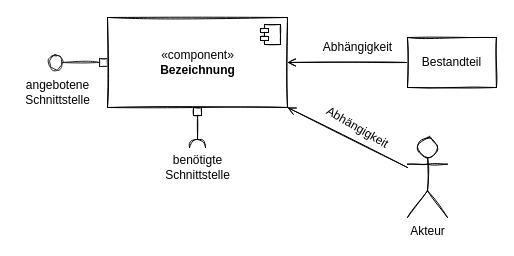
Earlier version of the draw.io diagram page "Darstellungselemente" (2 of 3) of images/rawimages/Komponentendiagramm.drawio (HerrLoesch/UMLite). Source tidied: cells renumbered, new cells numbered last; positions are measured from the earlier drawing's top-left corner, leaving out a move shared by most shapes. Both pictures are drawn from the tidied source at 100%, with x=0, y=0 at pixel (17, 17).
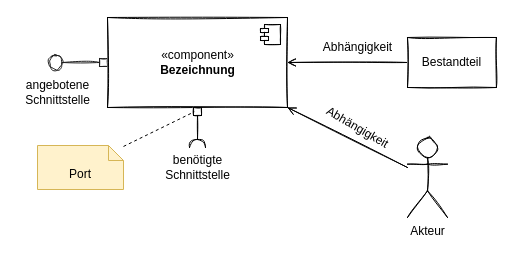
After the change.

What changed in the source:
```diff
@@
 <mxGraphModel>
   <root>
     <mxCell id="0" />
     <mxCell id="1" parent="0" />
     <mxCell id="2" style="edgeStyle=none;rounded=0;jettySize=auto;html=1;startArrow=box;startFill=0;endArrow=circle;endFill=0;strokeColor=#1F1F1F;sketch=1;" parent="1" edge="1" source="3">
       <mxGeometry relative="1" as="geometry">
         <mxPoint x="30" y="45" as="targetPoint" />
       </mxGeometry>
     </mxCell>
     <mxCell id="3" value="«component»&lt;br&gt;&lt;b&gt;Bezeichnung&lt;/b&gt;" style="html=1;sketch=1;" parent="1" vertex="1">
       <mxGeometry x="90" width="180" height="90" as="geometry" />
     </mxCell>
     <mxCell id="4" style="shape=module;jettyWidth=8;jettyHeight=4;sketch=1;" parent="3" vertex="1">
       <mxGeometry x="1" width="20" height="20" relative="1" as="geometry">
         <mxPoint x="-27" y="7" as="offset" />
       </mxGeometry>
     </mxCell>
     <mxCell id="5" style="edgeStyle=orthogonalEdgeStyle;rounded=0;jettySize=auto;html=1;endArrow=open;endFill=0;sketch=1;" parent="1" edge="1" source="6" target="3">
       <mxGeometry relative="1" as="geometry" />
     </mxCell>
     <mxCell id="6" value="Bestandteil" style="html=1;sketch=1;" parent="1" vertex="1">
       <mxGeometry x="390" y="20" width="88.9" height="50" as="geometry" />
     </mxCell>
     <mxCell id="7" value="Abhängigkeit" style="text;html=1;align=center;verticalAlign=middle;strokeColor=none;fillColor=none;sketch=1;" parent="1" vertex="1">
       <mxGeometry x="300" y="20" width="80" height="20" as="geometry" />
     </mxCell>
     <mxCell id="8" style="rounded=0;jettySize=auto;html=1;entryX=1;entryY=1;entryDx=0;entryDy=0;endArrow=open;endFill=0;sketch=1;" parent="1" edge="1" source="9" target="3">
       <mxGeometry relative="1" as="geometry" />
     </mxCell>
     <mxCell id="9" value="Akteur" style="shape=umlActor;verticalLabelPosition=bottom;verticalAlign=top;html=1;sketch=1;" parent="1" vertex="1">
       <mxGeometry x="390" y="120" width="40" height="80" as="geometry" />
     </mxCell>
     <mxCell id="10" value="Abhängigkeit" style="text;html=1;align=center;verticalAlign=middle;strokeColor=none;fillColor=none;rotation=30;sketch=1;" parent="1" vertex="1">
       <mxGeometry x="300" y="100" width="80" height="20" as="geometry" />
     </mxCell>
     <mxCell id="11" style="edgeStyle=none;rounded=0;jettySize=auto;html=1;endArrow=box;endFill=0;startArrow=halfCircle;startFill=0;sketch=1;" parent="1" edge="1" target="3">
       <mxGeometry relative="1" as="geometry">
         <mxPoint x="180" y="130" as="sourcePoint" />
       </mxGeometry>
     </mxCell>
     <mxCell id="12" value="benötigte&lt;br&gt;Schnittstelle" style="text;html=1;align=center;verticalAlign=middle;strokeColor=none;fillColor=none;sketch=1;" parent="1" vertex="1">
       <mxGeometry x="140" y="135" width="80" height="30" as="geometry" />
     </mxCell>
     <mxCell id="13" value="angebotene&lt;br&gt;Schnittstelle" style="text;html=1;align=center;verticalAlign=middle;strokeColor=none;fillColor=none;sketch=1;" parent="1" vertex="1">
       <mxGeometry y="60" width="80" height="30" as="geometry" />
     </mxCell>
+    <mxCell id="14" style="edgeStyle=none;html=1;dashed=1;endArrow=none;endFill=0;" parent="1" edge="1" source="15">
+      <mxGeometry relative="1" as="geometry">
+        <mxPoint x="176.8" y="94.3" as="targetPoint" />
+      </mxGeometry>
+    </mxCell>
+    <mxCell id="15" value="Port" style="shape=note2;boundedLbl=1;whiteSpace=wrap;html=1;size=15;verticalAlign=top;align=center;fillColor=#fff2cc;strokeColor=#d6b656;" parent="1" vertex="1">
+      <mxGeometry x="20" y="128" width="86" height="44" as="geometry" />
+    </mxCell>
   </root>
 </mxGraphModel>
```
